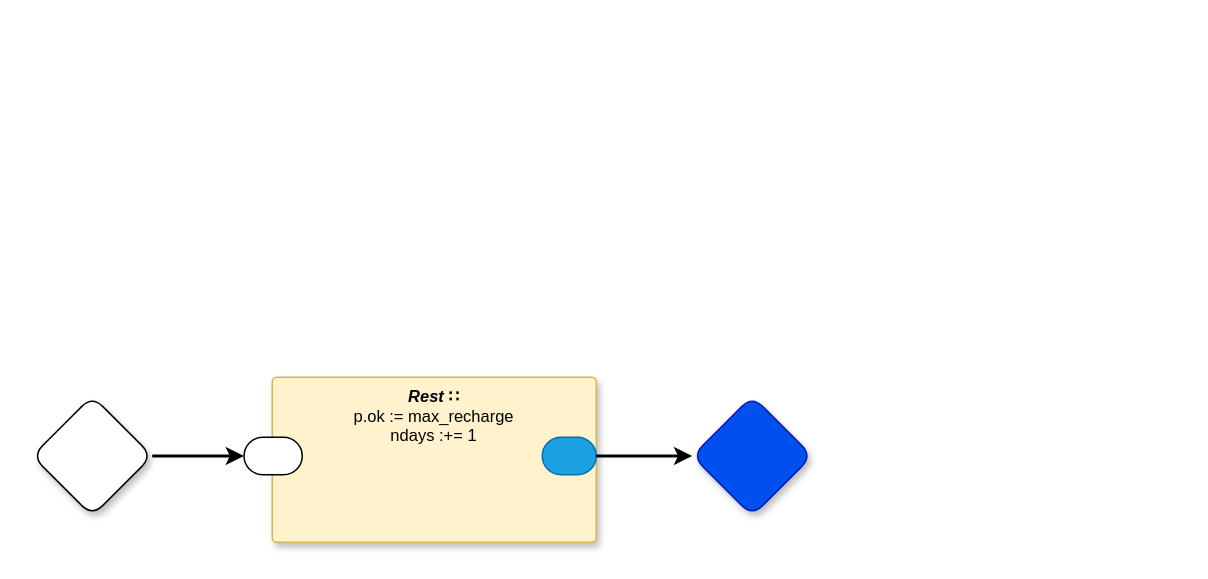
guitarvydas/dc0d keeps this draw.io diagram as page "Rest" (3 of 19) of dc0d.drawio. Above is the earlier version. Source tidied: cells renumbered, new cells numbered last; positions are measured from the earlier drawing's top-left corner, leaving out a move shared by most shapes. Both pictures are drawn from the tidied source at 150%, with x=0, y=0 at pixel (32, 376).
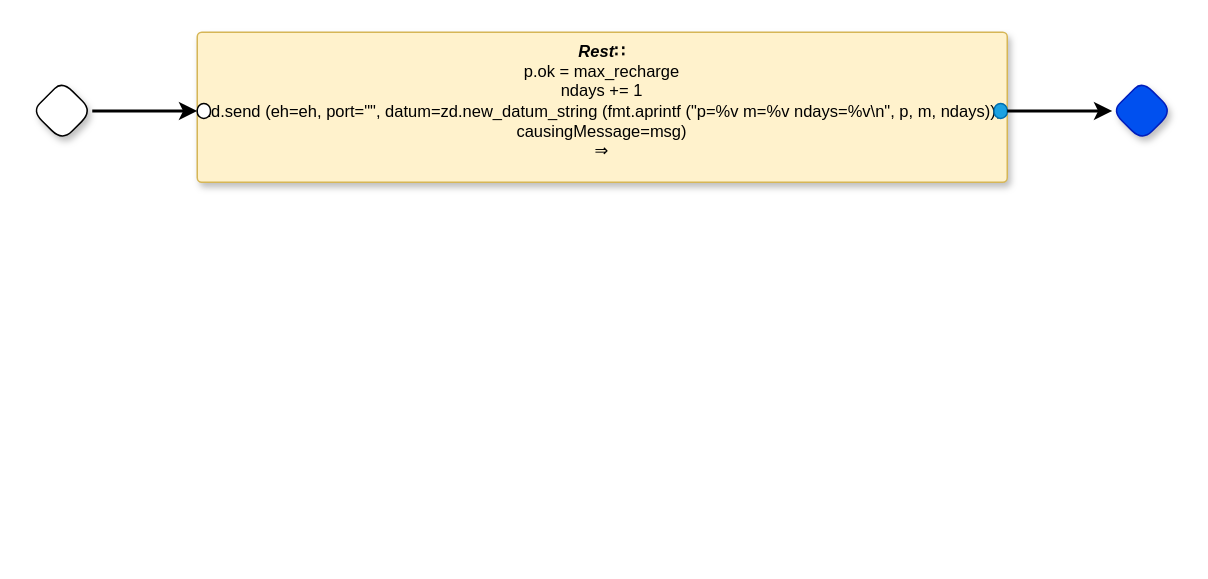
Above is the later version.

Change to the diagram source:
```diff
@@
 <mxGraphModel>
   <root>
     <mxCell id="0" />
     <mxCell id="1" parent="0" />
-    <mxCell id="2" value="&lt;i style=&quot;border-color: var(--border-color);&quot;&gt;&lt;b style=&quot;border-color: var(--border-color);&quot;&gt;Rest&amp;nbsp;&lt;/b&gt;&lt;/i&gt;&lt;span style=&quot;border-color: var(--border-color);&quot;&gt;&lt;b&gt;∷&lt;/b&gt;&lt;br&gt;p.ok := max_recharge&lt;br&gt;&lt;span style=&quot;font-weight: 400;&quot;&gt;ndays :+= 1&lt;/span&gt;&lt;/span&gt;" style="rounded=1;whiteSpace=wrap;html=1;sketch=0;verticalAlign=top;arcSize=6;fontStyle=0;absoluteArcSize=1;shadow=1;strokeColor=#d6b656;fillColor=#fff2cc;fontFamily=Helvetica;fontSize=11;" parent="1" vertex="1">
-      <mxGeometry x="160" width="216" height="110" as="geometry" />
+    <mxCell id="2" value="&lt;span style=&quot;border-color: var(--border-color);&quot;&gt;&lt;b&gt;&lt;i&gt;Rest&lt;/i&gt;∷&lt;br&gt;&lt;/b&gt;&lt;/span&gt;p.ok = max_recharge&lt;br&gt;ndays += 1&lt;br&gt;zd.send (eh=eh, port=&quot;&quot;, datum=zd.new_datum_string (fmt.aprintf (&quot;p=%v m=%v ndays=%v\n&quot;, p, m, ndays)), causingMessage=msg)&lt;br&gt;⇒" style="rounded=1;whiteSpace=wrap;html=1;sketch=0;verticalAlign=top;arcSize=6;fontStyle=0;absoluteArcSize=1;shadow=1;strokeColor=#d6b656;fillColor=#fff2cc;fontFamily=Helvetica;fontSize=11;" parent="1" vertex="1">
+      <mxGeometry x="110" y="-230" width="540" height="100" as="geometry" />
     </mxCell>
-    <mxCell id="3" style="rounded=1;whiteSpace=wrap;html=1;sketch=0;points=[[0,0.5,0,0,0],[1,0.5,0,0,0]];arcSize=50;fontFamily=Helvetica;fontSize=11;fontColor=default;" parent="2" vertex="1">
-      <mxGeometry x="-18.8" y="40" width="38.8" height="25" as="geometry" />
-    </mxCell>
-    <mxCell id="4" style="rounded=1;whiteSpace=wrap;html=1;sketch=0;points=[[0,0.5,0,0,0],[1,0.5,0,0,0]];fillColor=#1ba1e2;fontColor=#ffffff;strokeColor=#006EAF;arcSize=50;fontFamily=Helvetica;fontSize=11;" parent="2" vertex="1">
-      <mxGeometry x="180" y="40" width="36" height="25" as="geometry" />
-    </mxCell>
+    <mxCell id="9" style="rounded=1;whiteSpace=wrap;html=1;sketch=0;points=[[0,0.5,0,0,0],[1,0.5,0,0,0]];arcSize=50;fontFamily=Helvetica;fontSize=11;fontColor=default;" parent="2" vertex="1">
+      <mxGeometry y="47.5" width="8.8" height="10" as="geometry" />
+    </mxCell>
+    <mxCell id="10" style="rounded=1;whiteSpace=wrap;html=1;sketch=0;points=[[0,0.5,0,0,0],[1,0.5,0,0,0]];arcSize=50;fontFamily=Helvetica;fontSize=11;fontColor=#ffffff;fillColor=#1ba1e2;strokeColor=#006EAF;" parent="2" vertex="1">
+      <mxGeometry x="531.2" y="47.5" width="8.8" height="10" as="geometry" />
+    </mxCell>
     <mxCell id="5" style="rhombus;whiteSpace=wrap;html=1;rounded=1;fontStyle=1;glass=0;sketch=0;fontSize=12;points=[[0,0.5,0,0,0],[0.5,0,0,0,0],[0.5,1,0,0,0],[1,0.5,0,0,0]];shadow=1;fontFamily=Helvetica;fontColor=default;" parent="1" vertex="1">
-      <mxGeometry y="12.5" width="80" height="80" as="geometry" />
+      <mxGeometry y="-197.5" width="40" height="40" as="geometry" />
     </mxCell>
     <mxCell id="6" style="rhombus;whiteSpace=wrap;html=1;rounded=1;fillColor=#0050ef;fontColor=#ffffff;strokeColor=#001DBC;fontStyle=1;glass=0;sketch=0;fontSize=12;points=[[0,0.5,0,0,0],[0.5,0,0,0,0],[0.5,1,0,0,0],[1,0.5,0,0,0]];shadow=1;fontFamily=Helvetica;" parent="1" vertex="1">
-      <mxGeometry x="440" y="12.5" width="80" height="80" as="geometry" />
+      <mxGeometry x="720" y="-197.5" width="40" height="40" as="geometry" />
     </mxCell>
-    <mxCell id="7" style="edgeStyle=orthogonalEdgeStyle;shape=connector;curved=0;rounded=1;jettySize=auto;html=1;exitX=1;exitY=0.5;exitDx=0;exitDy=0;exitPerimeter=0;entryX=0;entryY=0.5;entryDx=0;entryDy=0;entryPerimeter=0;labelBackgroundColor=default;strokeColor=default;strokeWidth=2;align=center;verticalAlign=middle;fontFamily=Helvetica;fontSize=11;fontColor=default;endArrow=classic;" parent="1" edge="1" source="5" target="3">
+    <mxCell id="7" style="edgeStyle=orthogonalEdgeStyle;shape=connector;curved=0;rounded=1;jettySize=auto;html=1;exitX=1;exitY=0.5;exitDx=0;exitDy=0;exitPerimeter=0;entryX=0;entryY=0.5;entryDx=0;entryDy=0;entryPerimeter=0;labelBackgroundColor=default;strokeColor=default;strokeWidth=2;align=center;verticalAlign=middle;fontFamily=Helvetica;fontSize=11;fontColor=default;endArrow=classic;" parent="1" edge="1" source="5" target="9">
       <mxGeometry relative="1" as="geometry" />
     </mxCell>
-    <mxCell id="8" style="edgeStyle=orthogonalEdgeStyle;shape=connector;curved=0;rounded=1;jettySize=auto;html=1;exitX=1;exitY=0.5;exitDx=0;exitDy=0;exitPerimeter=0;labelBackgroundColor=default;strokeColor=default;strokeWidth=2;align=center;verticalAlign=middle;fontFamily=Helvetica;fontSize=11;fontColor=default;endArrow=classic;" parent="1" edge="1" source="4" target="6">
+    <mxCell id="8" style="edgeStyle=orthogonalEdgeStyle;shape=connector;curved=0;rounded=1;jettySize=auto;html=1;exitX=1;exitY=0.5;exitDx=0;exitDy=0;exitPerimeter=0;labelBackgroundColor=default;strokeColor=default;strokeWidth=2;align=center;verticalAlign=middle;fontFamily=Helvetica;fontSize=11;fontColor=default;endArrow=classic;" parent="1" edge="1" source="10" target="6">
       <mxGeometry relative="1" as="geometry" />
     </mxCell>
   </root>
 </mxGraphModel>
```
